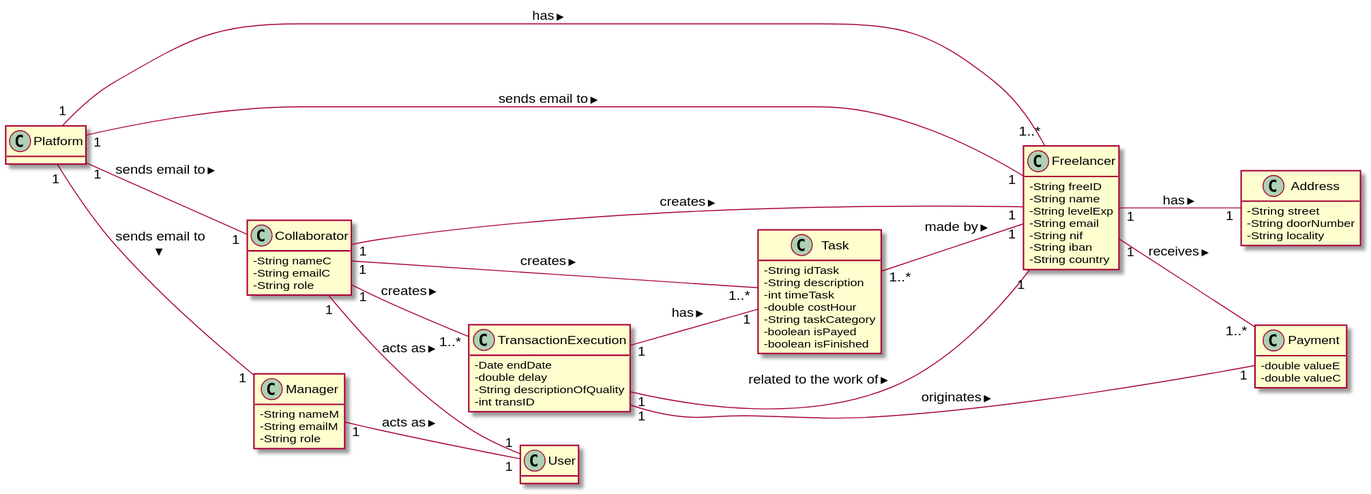
This is docs/UC8 - Check Overall Statistics/UC8_MD.svg from 1190452/LAPR2, a PlantUML export, as it was before one commit.
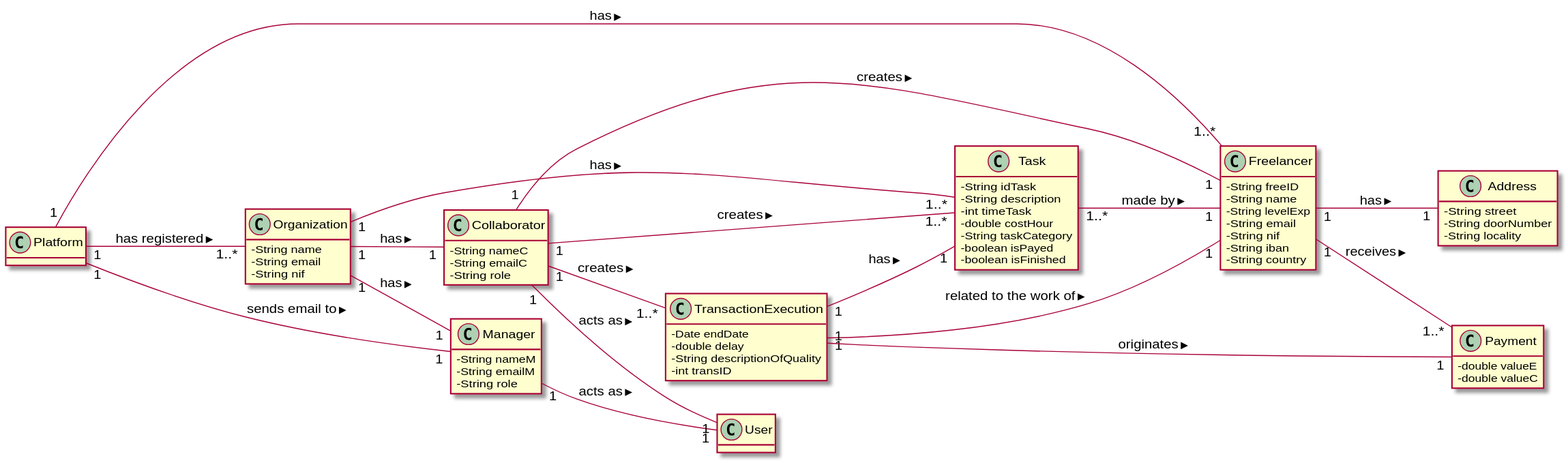
Above is the later version.

The edit, as a diff of the source:
```diff
@@ -15,6 +15,11 @@
   -String country
 }
 
+class Organization {
+  -String name
+  -String email
+  -String nif
+}
 
 class Collaborator{
   -String nameC
@@ -67,13 +72,15 @@
 Task "1..*" -- "1" Freelancer: made by >
 
 Platform "1" -- "1..*" Freelancer: has >
-Platform "1" -- "1" Freelancer: sends email to >
-Platform "1" -- "1" Collaborator: sends email to >
 Platform "1" -- "1" Manager: sends email to >
+Platform "1" -- "1..*" Organization: has registered >
 
 
 Manager "1" -- "1" User: acts as >
 
+Organization "1" -- "1" Manager: has >
+Organization "1" -- "1" Collaborator: has >
+Organization "1" -- "1..*" Task: has >
 
 TransactionExecution "1" -- "1" Task : has >
 TransactionExecution "1" -- "1" Freelancer: related to the work of >
```
